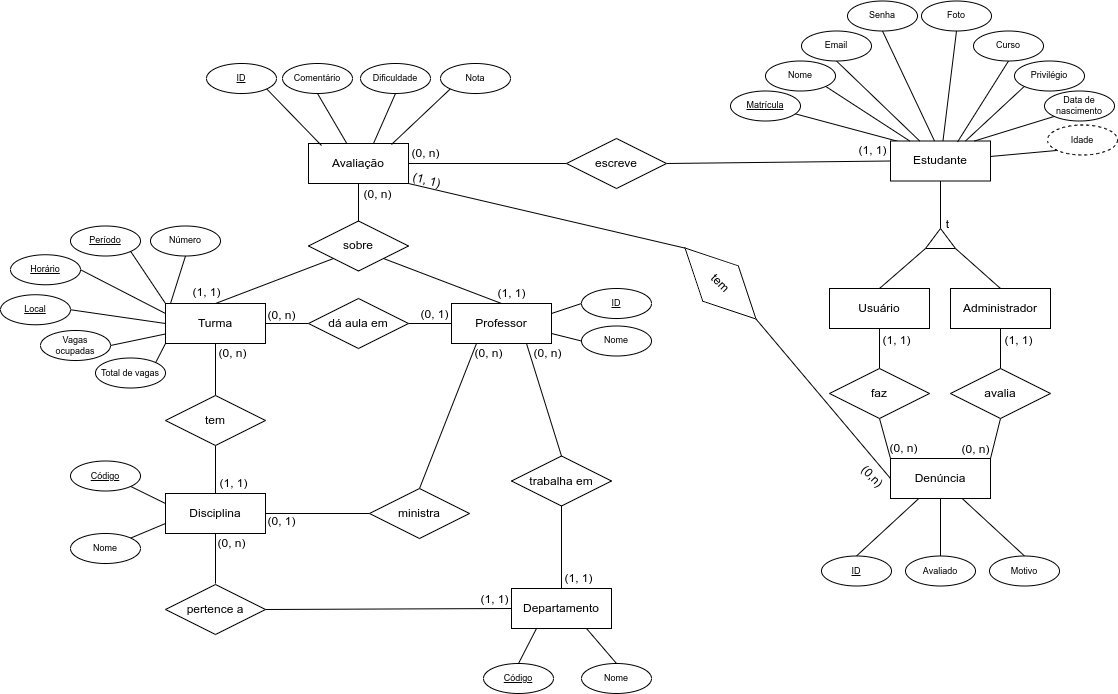
The draw.io diagram MER.png in leorb99/Projeto_BD, before a commit. Source tidied: cells renumbered, new cells last; positions are measured from the earlier drawing's top-left corner, leaving out a move shared by most shapes.
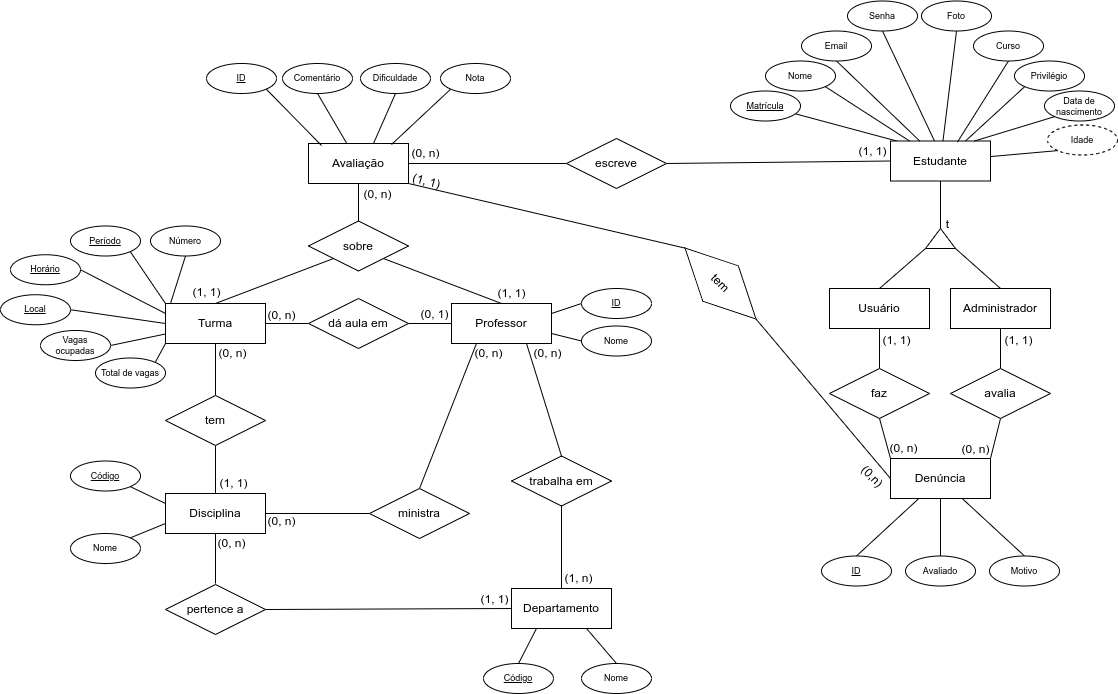
Above is the later version.

Diff of the diagram source:
```diff
@@ -172,10 +172,10 @@
     <mxCell id="57" value="(0, n)" style="text;html=1;align=center;verticalAlign=middle;strokeColor=none;fillColor=none;" parent="1" vertex="1">
       <mxGeometry x="463" y="337" width="50" height="30" as="geometry" />
     </mxCell>
-    <mxCell id="58" value="(0, 1)" style="text;html=1;align=center;verticalAlign=middle;strokeColor=none;fillColor=none;" parent="1" vertex="1">
+    <mxCell id="58" value="(0, n)" style="text;html=1;align=center;verticalAlign=middle;strokeColor=none;fillColor=none;" parent="1" vertex="1">
       <mxGeometry x="256" y="505" width="50" height="30" as="geometry" />
     </mxCell>
-    <mxCell id="59" value="(1, 1)" style="text;html=1;align=center;verticalAlign=middle;strokeColor=none;fillColor=none;" parent="1" vertex="1">
+    <mxCell id="59" value="(1, n)" style="text;html=1;align=center;verticalAlign=middle;strokeColor=none;fillColor=none;" parent="1" vertex="1">
       <mxGeometry x="553" y="562" width="50" height="30" as="geometry" />
     </mxCell>
     <mxCell id="60" value="(0, n)" style="text;html=1;align=center;verticalAlign=middle;strokeColor=none;fillColor=none;" parent="1" vertex="1">
```
